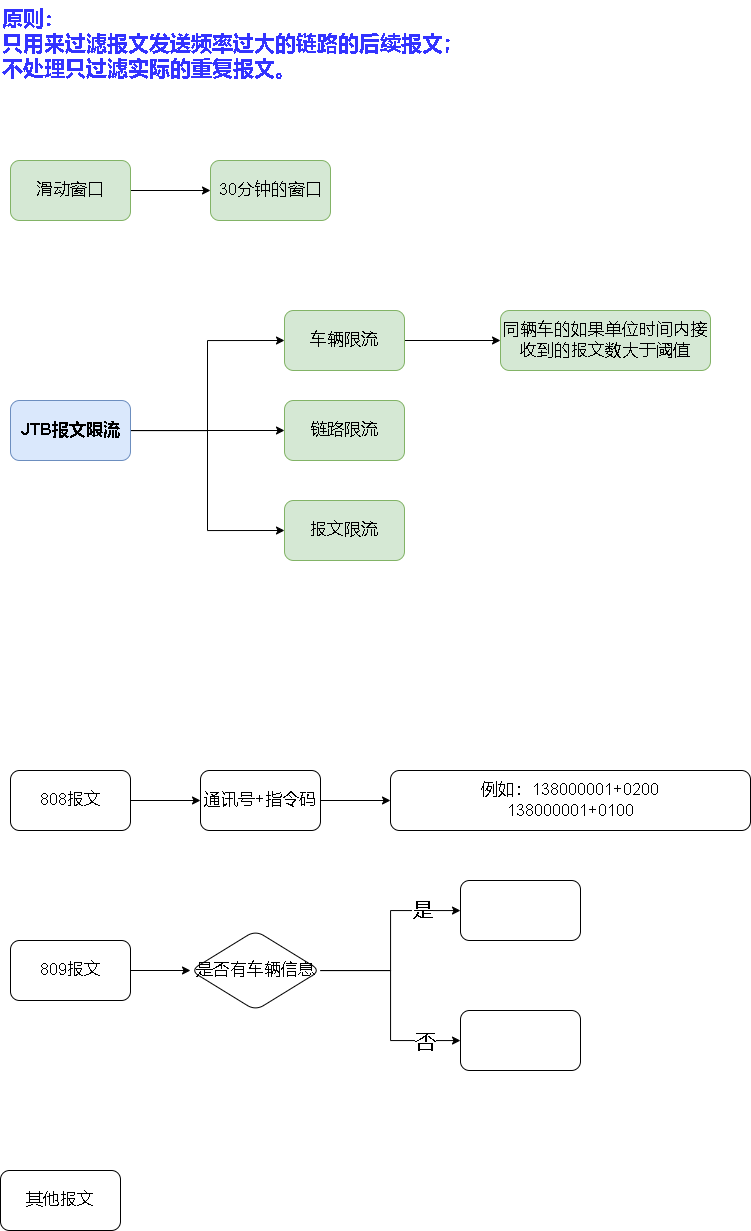
This is jtb报文限流.drawio.png from xktder/draw, a draw.io export, as it was before one commit. Source tidied: cells renumbered, new cells last; positions are measured from the earlier drawing's top-left corner, leaving out a move shared by most shapes.
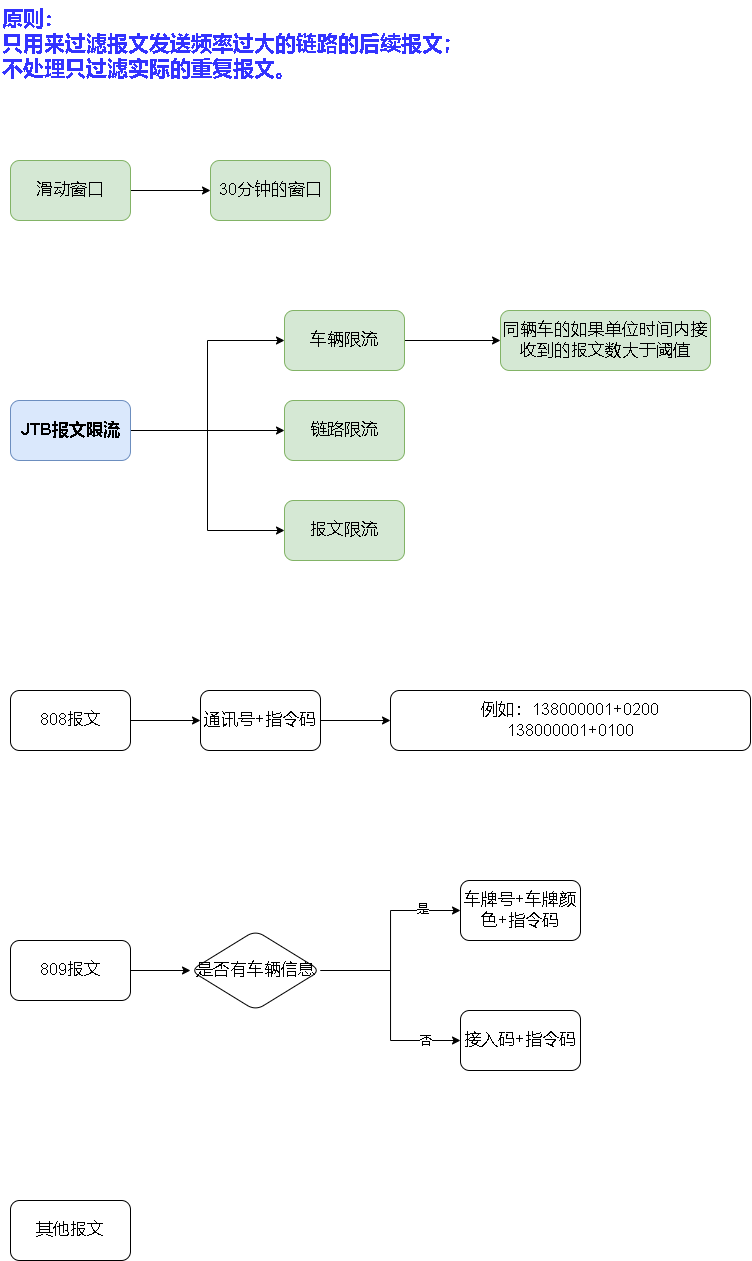
Later version of the same file.

Commit message:
更新jtb报文限流.drawio.png

Change to the diagram source:
```diff
@@ -18,7 +18,7 @@
       <mxGeometry relative="1" as="geometry" />
     </mxCell>
     <mxCell id="7" value="808报文" style="rounded=1;whiteSpace=wrap;html=1;fontSize=17;" parent="1" vertex="1">
-      <mxGeometry x="10" y="770" width="120" height="60" as="geometry" />
+      <mxGeometry x="10" y="690" width="120" height="60" as="geometry" />
     </mxCell>
     <mxCell id="8" style="edgeStyle=orthogonalEdgeStyle;rounded=0;jettySize=auto;html=1;fontColor=#3333FF;" parent="1" edge="1" source="9" target="26">
       <mxGeometry relative="1" as="geometry" />
@@ -27,7 +27,7 @@
       <mxGeometry x="10" y="940" width="120" height="60" as="geometry" />
     </mxCell>
     <mxCell id="10" value="其他报文" style="rounded=1;whiteSpace=wrap;html=1;fontSize=17;" parent="1" vertex="1">
-      <mxGeometry y="1170" width="120" height="60" as="geometry" />
+      <mxGeometry x="10" y="1200" width="120" height="60" as="geometry" />
     </mxCell>
     <mxCell id="11" style="edgeStyle=orthogonalEdgeStyle;rounded=0;jettySize=auto;html=1;fontSize=17;entryX=0;entryY=0.5;entryDx=0;entryDy=0;" parent="1" edge="1" source="12" target="15">
       <mxGeometry relative="1" as="geometry" />
@@ -57,15 +57,15 @@
       <mxGeometry relative="1" as="geometry" />
     </mxCell>
     <mxCell id="20" value="通讯号+指令码" style="whiteSpace=wrap;html=1;fontSize=17;rounded=1;" parent="1" vertex="1">
-      <mxGeometry x="200" y="770" width="120" height="60" as="geometry" />
+      <mxGeometry x="200" y="690" width="120" height="60" as="geometry" />
     </mxCell>
     <mxCell id="21" value="例如：138000001+0200&lt;br&gt;138000001+0100" style="whiteSpace=wrap;html=1;fontSize=17;rounded=1;" parent="1" vertex="1">
-      <mxGeometry x="390" y="770" width="360" height="60" as="geometry" />
+      <mxGeometry x="390" y="690" width="360" height="60" as="geometry" />
     </mxCell>
     <mxCell id="22" style="edgeStyle=orthogonalEdgeStyle;rounded=0;jettySize=auto;html=1;fontSize=21;fontColor=#3333FF;" parent="1" edge="1" source="26" target="28">
       <mxGeometry relative="1" as="geometry" />
     </mxCell>
-    <mxCell id="23" value="否" style="edgeLabel;html=1;align=center;verticalAlign=middle;fontSize=21;fontColor=#000000;" parent="22" vertex="1">
+    <mxCell id="23" value="否" style="edgeLabel;html=1;align=center;verticalAlign=middle;fontSize=12;fontColor=#000000;" parent="22" vertex="1">
       <mxGeometry x="0.58" y="-1" relative="1" as="geometry">
         <mxPoint x="9" as="offset" />
       </mxGeometry>
@@ -73,7 +73,7 @@
     <mxCell id="24" style="edgeStyle=orthogonalEdgeStyle;rounded=0;jettySize=auto;html=1;fontSize=21;fontColor=#3333FF;" parent="1" edge="1" source="26" target="29">
       <mxGeometry relative="1" as="geometry" />
     </mxCell>
-    <mxCell id="25" value="&lt;font color=&quot;#000000&quot;&gt;是&lt;/font&gt;" style="edgeLabel;html=1;align=center;verticalAlign=middle;fontSize=21;fontColor=#3333FF;" parent="24" vertex="1">
+    <mxCell id="25" value="&lt;font color=&quot;#000000&quot; style=&quot;font-size: 12px;&quot;&gt;是&lt;/font&gt;" style="edgeLabel;html=1;align=center;verticalAlign=middle;fontSize=12;fontColor=#3333FF;" parent="24" vertex="1">
       <mxGeometry x="0.56" y="1" relative="1" as="geometry">
         <mxPoint x="6" as="offset" />
       </mxGeometry>
@@ -84,10 +84,10 @@
     <mxCell id="27" value="&lt;font style=&quot;font-size: 21px;&quot;&gt;&lt;b&gt;原则：&lt;br&gt;只用来过滤报文发送频率过大的链路的后续报文；&lt;br&gt;不处理只过滤实际的重复报文。&lt;/b&gt;&lt;/font&gt;" style="text;html=1;strokeColor=none;fillColor=none;align=left;verticalAlign=top;whiteSpace=wrap;rounded=0;fontColor=#3333FF;" parent="1" vertex="1">
       <mxGeometry width="640" height="80" as="geometry" />
     </mxCell>
-    <mxCell id="28" style="whiteSpace=wrap;html=1;fontSize=17;rounded=1;" parent="1" vertex="1">
+    <mxCell id="28" value="接入码+指令码" style="whiteSpace=wrap;html=1;fontSize=17;rounded=1;" parent="1" vertex="1">
       <mxGeometry x="460" y="1010" width="120" height="60" as="geometry" />
     </mxCell>
-    <mxCell id="29" style="whiteSpace=wrap;html=1;fontSize=17;rounded=1;" parent="1" vertex="1">
+    <mxCell id="29" value="车牌号+车牌颜色+指令码" style="whiteSpace=wrap;html=1;fontSize=17;rounded=1;" parent="1" vertex="1">
       <mxGeometry x="460" y="880" width="120" height="60" as="geometry" />
     </mxCell>
   </root>
```
